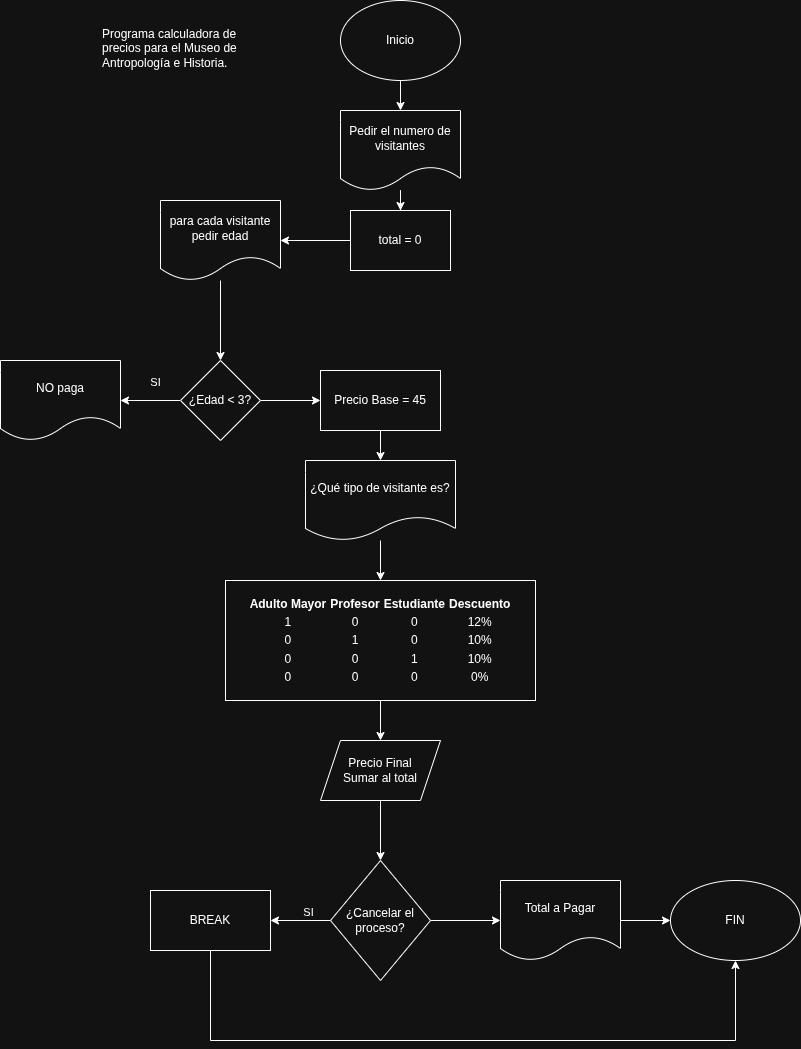
Earlier version of the draw.io export img/CalculadoraMuseo.png (jobarv/actividadesArelis). Source tidied: cells renumbered, new cells last; positions are measured from the earlier drawing's top-left corner, leaving out a move shared by most shapes.
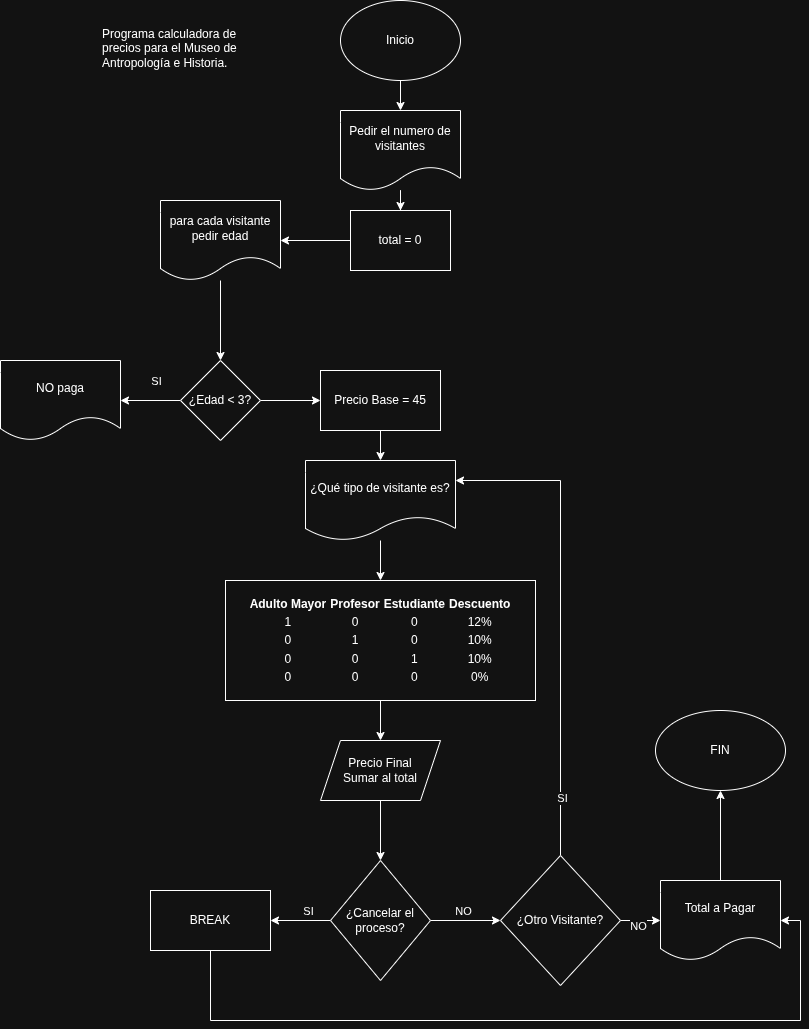
The same diagram one commit later.

The edit, as a diff of the source:
```diff
@@ -78,20 +78,26 @@
         <mxPoint y="-8" as="offset" />
       </mxGeometry>
     </mxCell>
-    <mxCell id="26" style="edgeStyle=orthogonalEdgeStyle;rounded=0;jettySize=auto;html=1;" parent="1" edge="1" source="27" target="31">
-      <mxGeometry relative="1" as="geometry" />
-    </mxCell>
+    <mxCell id="33" style="edgeStyle=orthogonalEdgeStyle;rounded=0;jettySize=auto;html=1;" parent="1" edge="1" source="27" target="40">
+      <mxGeometry relative="1" as="geometry" />
+    </mxCell>
+    <mxCell id="34" value="NO" style="edgeLabel;html=1;align=center;verticalAlign=middle;" parent="33" vertex="1">
+      <mxGeometry x="-0.08" y="-4" relative="1" as="geometry">
+        <mxPoint y="-14" as="offset" />
+      </mxGeometry>
+    </mxCell>
     <mxCell id="27" value="¿Cancelar el proceso?" style="rhombus;whiteSpace=wrap;html=1;" parent="1" vertex="1">
       <mxGeometry x="330" y="860" width="100" height="120" as="geometry" />
     </mxCell>
-    <mxCell id="28" style="edgeStyle=orthogonalEdgeStyle;rounded=0;jettySize=auto;html=1;exitX=0.5;exitY=1;exitDx=0;exitDy=0;entryX=0.5;entryY=1;entryDx=0;entryDy=0;" parent="1" edge="1" source="29" target="32">
-      <mxGeometry relative="1" as="geometry">
-        <Array as="points">
-          <mxPoint x="210" y="1040" />
-          <mxPoint x="735" y="1040" />
-        </Array>
-      </mxGeometry>
-    </mxCell>
+    <mxCell id="35" style="edgeStyle=orthogonalEdgeStyle;rounded=0;jettySize=auto;html=1;exitX=0.5;exitY=1;exitDx=0;exitDy=0;entryX=1;entryY=0.5;entryDx=0;entryDy=0;" parent="1" edge="1" source="29" target="31">
+      <mxGeometry relative="1" as="geometry">
+        <Array as="points">
+          <mxPoint x="210" y="1020" />
+          <mxPoint x="800" y="1020" />
+          <mxPoint x="800" y="920" />
+        </Array>
+      </mxGeometry>
+    </mxCell>
     <mxCell id="29" value="BREAK" style="whiteSpace=wrap;html=1;" parent="1" vertex="1">
       <mxGeometry x="150" y="890" width="120" height="60" as="geometry" />
     </mxCell>
@@ -99,10 +105,27 @@
       <mxGeometry relative="1" as="geometry" />
     </mxCell>
     <mxCell id="31" value="Total a Pagar" style="shape=document;whiteSpace=wrap;html=1;boundedLbl=1;" parent="1" vertex="1">
-      <mxGeometry x="500" y="880" width="120" height="80" as="geometry" />
+      <mxGeometry x="660" y="880" width="120" height="80" as="geometry" />
     </mxCell>
     <mxCell id="32" value="FIN" style="ellipse;whiteSpace=wrap;html=1;" parent="1" vertex="1">
-      <mxGeometry x="670" y="880" width="130" height="80" as="geometry" />
+      <mxGeometry x="655" y="710" width="130" height="80" as="geometry" />
     </mxCell>
+    <mxCell id="36" style="edgeStyle=orthogonalEdgeStyle;rounded=0;jettySize=auto;html=1;exitX=1;exitY=0.5;exitDx=0;exitDy=0;entryX=0;entryY=0.5;entryDx=0;entryDy=0;" parent="1" edge="1" source="40" target="31">
+      <mxGeometry relative="1" as="geometry" />
+    </mxCell>
+    <mxCell id="37" value="NO" style="edgeLabel;html=1;align=center;verticalAlign=middle;" parent="36" vertex="1">
+      <mxGeometry x="-0.1" y="-5" relative="1" as="geometry">
+        <mxPoint x="-1" as="offset" />
+      </mxGeometry>
+    </mxCell>
+    <mxCell id="38" style="edgeStyle=orthogonalEdgeStyle;rounded=0;jettySize=auto;html=1;exitX=0.5;exitY=0;exitDx=0;exitDy=0;entryX=1;entryY=0.25;entryDx=0;entryDy=0;" parent="1" edge="1" source="40" target="19">
+      <mxGeometry relative="1" as="geometry" />
+    </mxCell>
+    <mxCell id="39" value="SI" style="edgeLabel;html=1;align=center;verticalAlign=middle;" parent="38" vertex="1">
+      <mxGeometry x="-0.76" y="-1" relative="1" as="geometry" />
+    </mxCell>
+    <mxCell id="40" value="¿Otro Visitante?" style="rhombus;whiteSpace=wrap;html=1;" parent="1" vertex="1">
+      <mxGeometry x="500" y="855" width="120" height="130" as="geometry" />
+    </mxCell>
   </root>
 </mxGraphModel>
```
